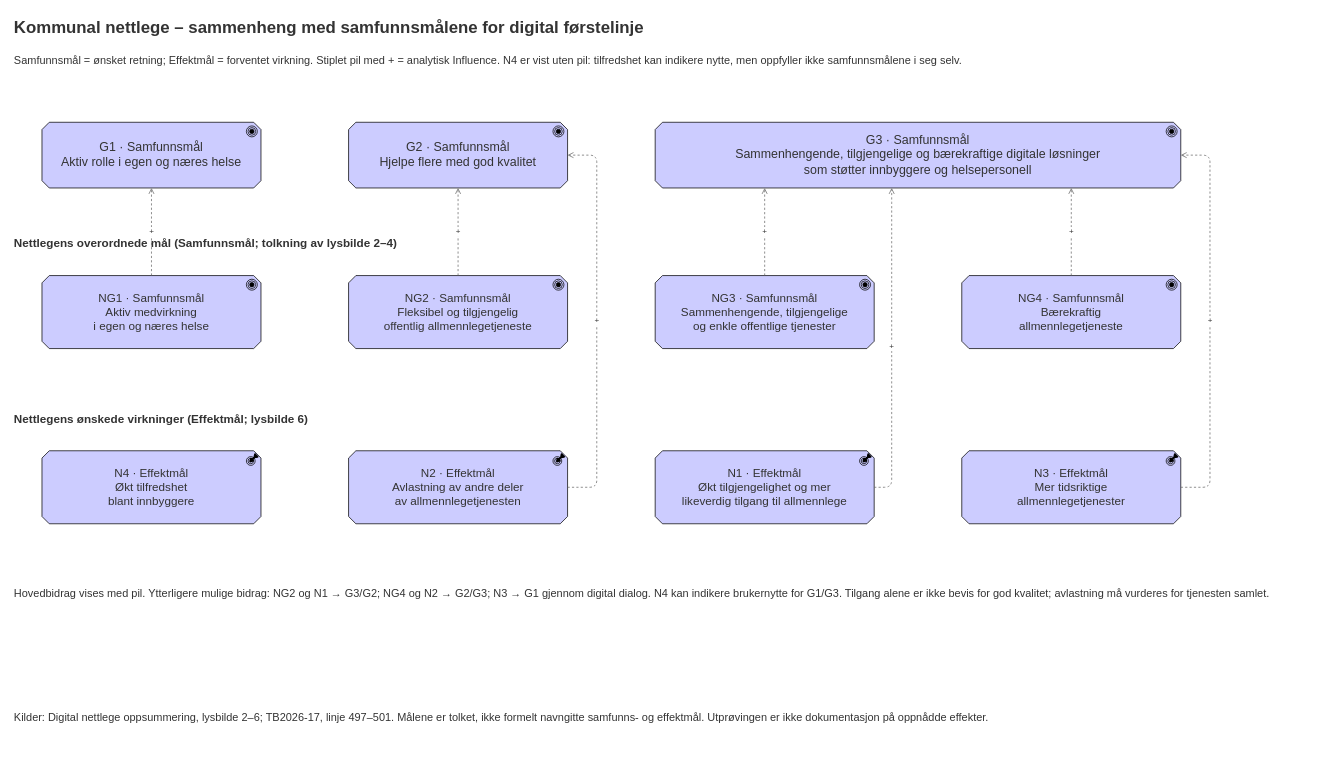
Above: page "Kommunal-nettlege" (2 of 6) of docs/interessent/malbilde-analyse.drawio in hdir/Digital-Forstelinje (draw.io), before the change. Source tidied: cells renumbered, new cells numbered last; positions are measured from the earlier drawing's top-left corner, leaving out a move shared by most shapes. Both pictures are drawn from the tidied source at 73%, with x=0, y=0 at pixel (12, 12).
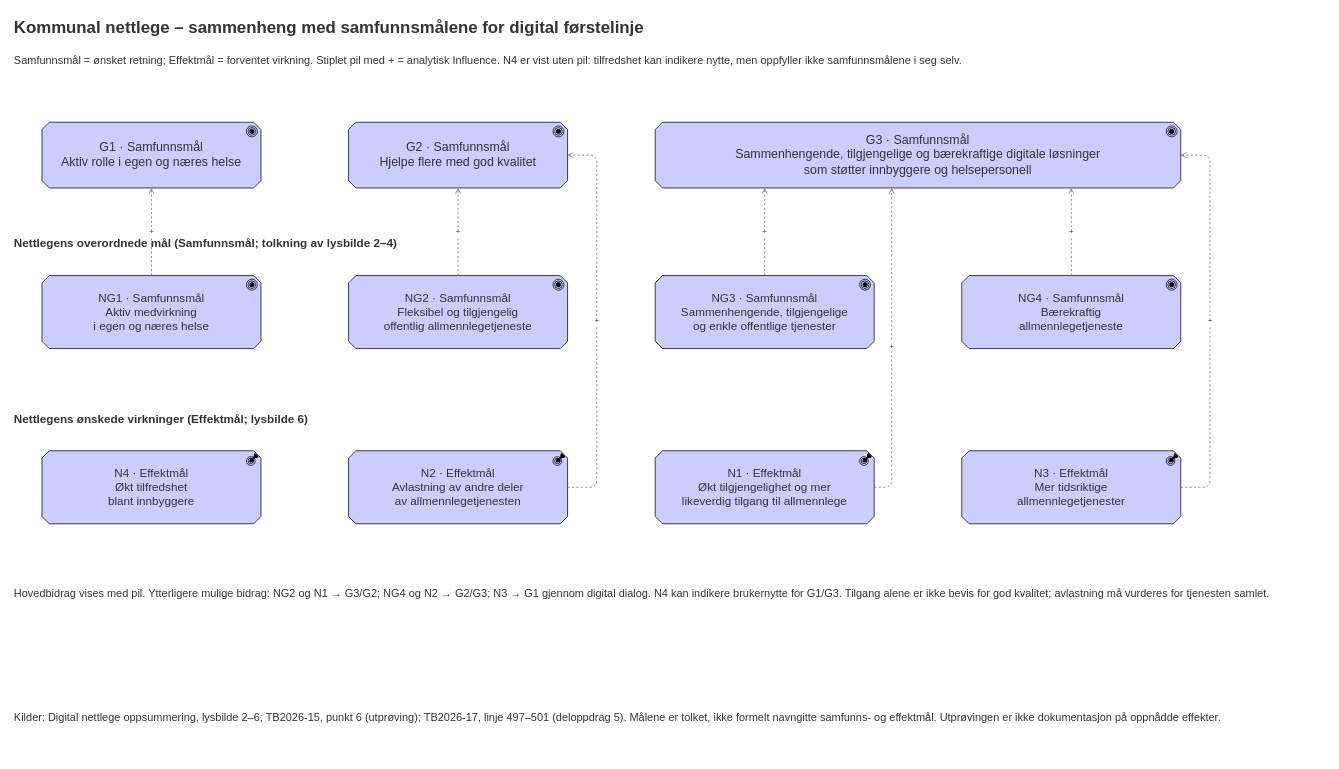
Above is the later version.

Diff of the diagram source:
```diff
@@
-    <mxCell id="18" value="Kilder: Digital nettlege oppsummering, lysbilde 2–6; TB2026-17, linje 497–501. Målene er tolket, ikke formelt navngitte samfunns- og effektmål. Utprøvingen er ikke dokumentasjon på oppnådde effekter." style="text;html=1;whiteSpace=wrap;align=left;fontSize=15;fontColor=#333333;" parent="1" vertex="1">
+    <mxCell id="18" value="Kilder: Digital nettlege oppsummering, lysbilde 2–6; TB2026-15, punkt 6 (utprøving); TB2026-17, linje 497–501 (deloppdrag 5). Målene er tolket, ikke formelt navngitte samfunns- og effektmål. Utprøvingen er ikke dokumentasjon på oppnådde effekter." style="text;html=1;whiteSpace=wrap;align=left;fontSize=15;fontColor=#333333;" parent="1" vertex="1">
       <mxGeometry y="950" width="1780" height="70" as="geometry" />
     </mxCell>
```
